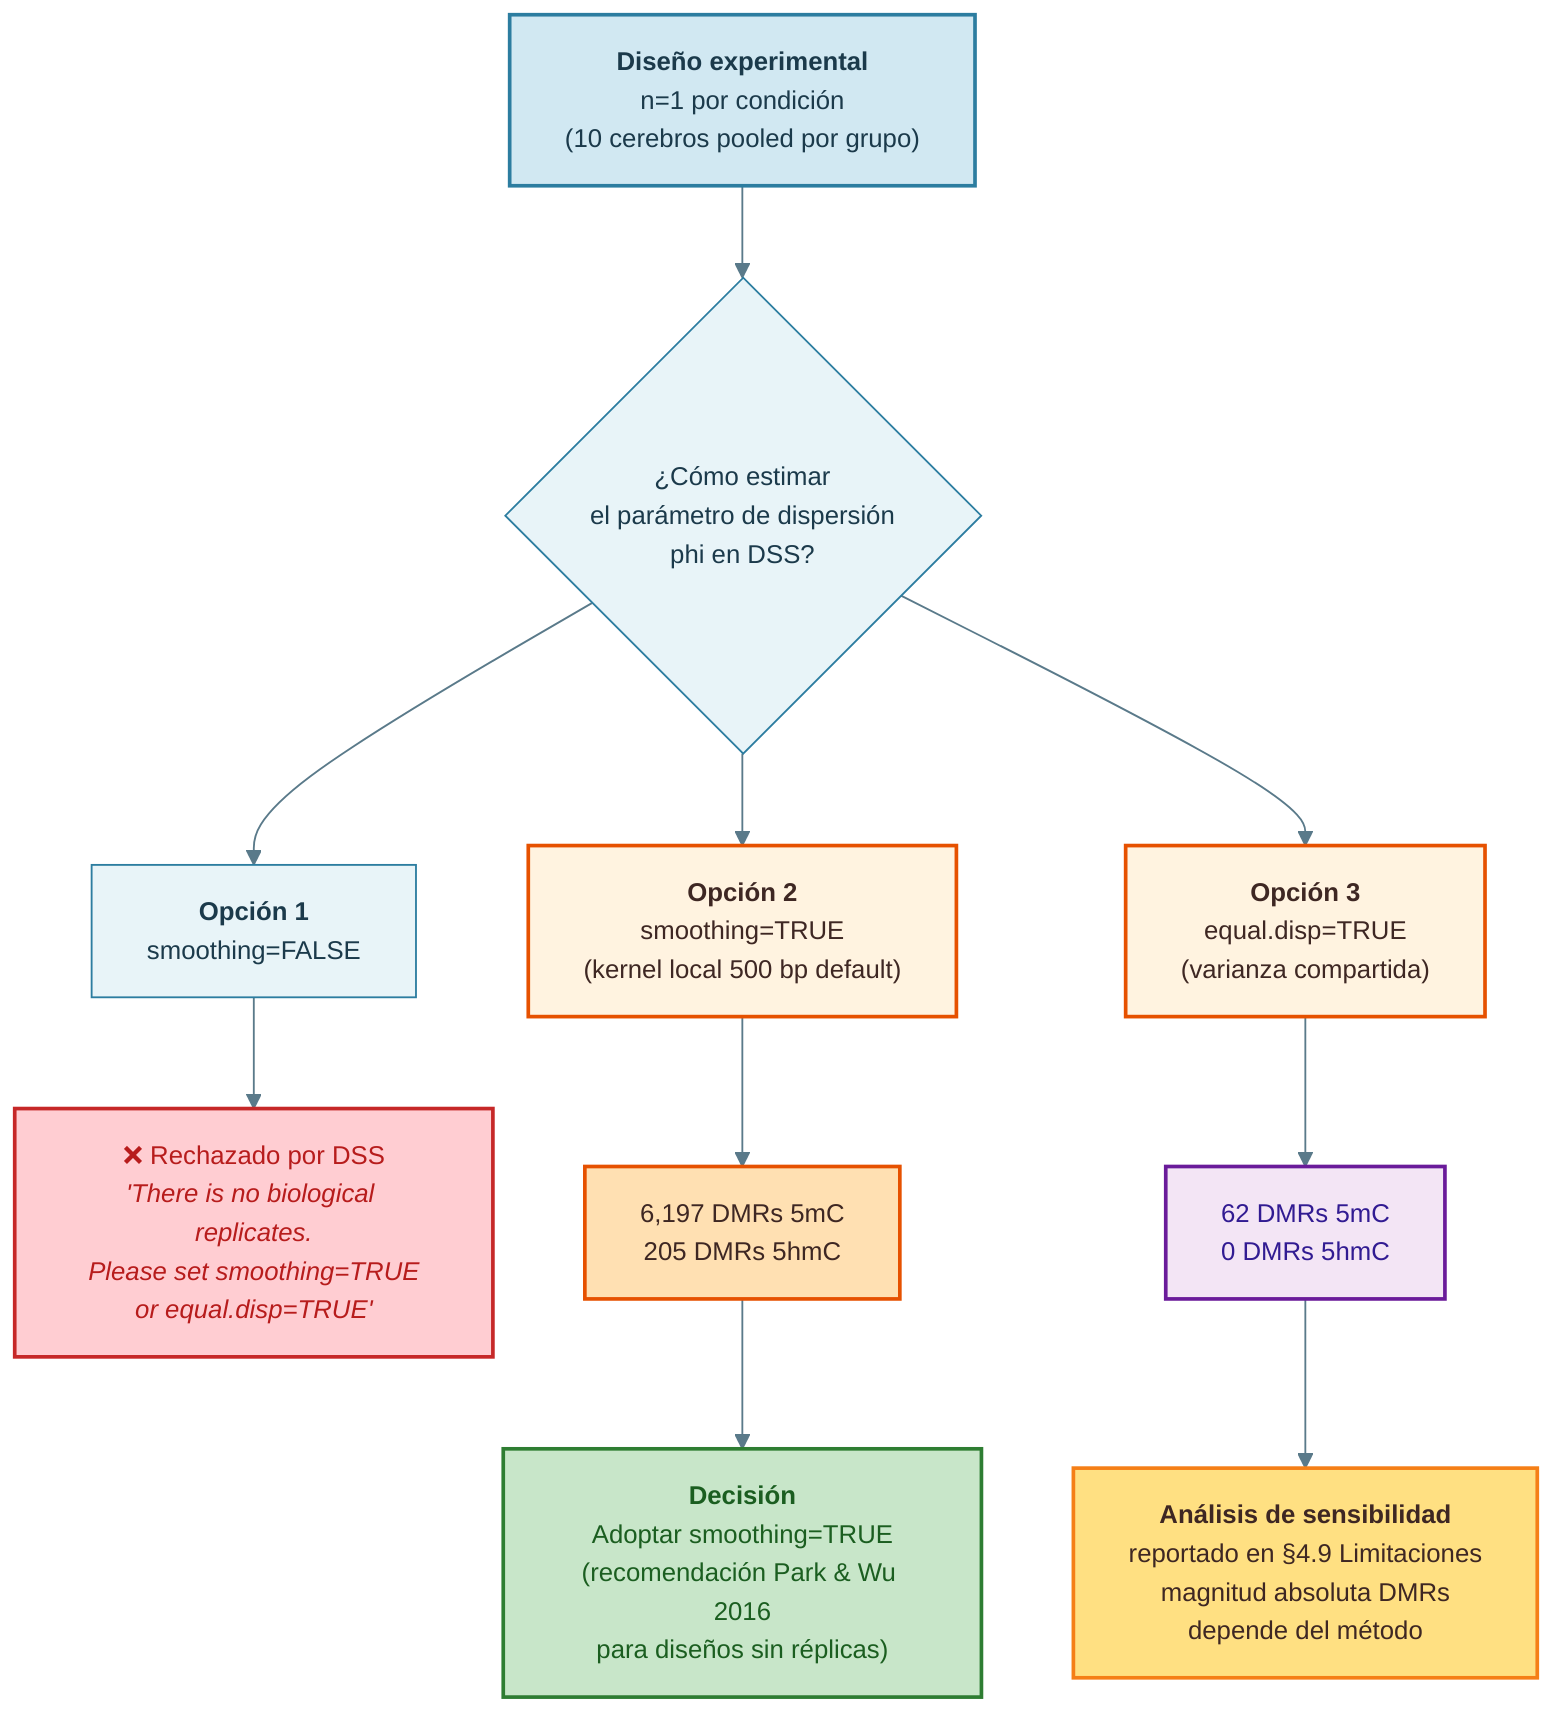
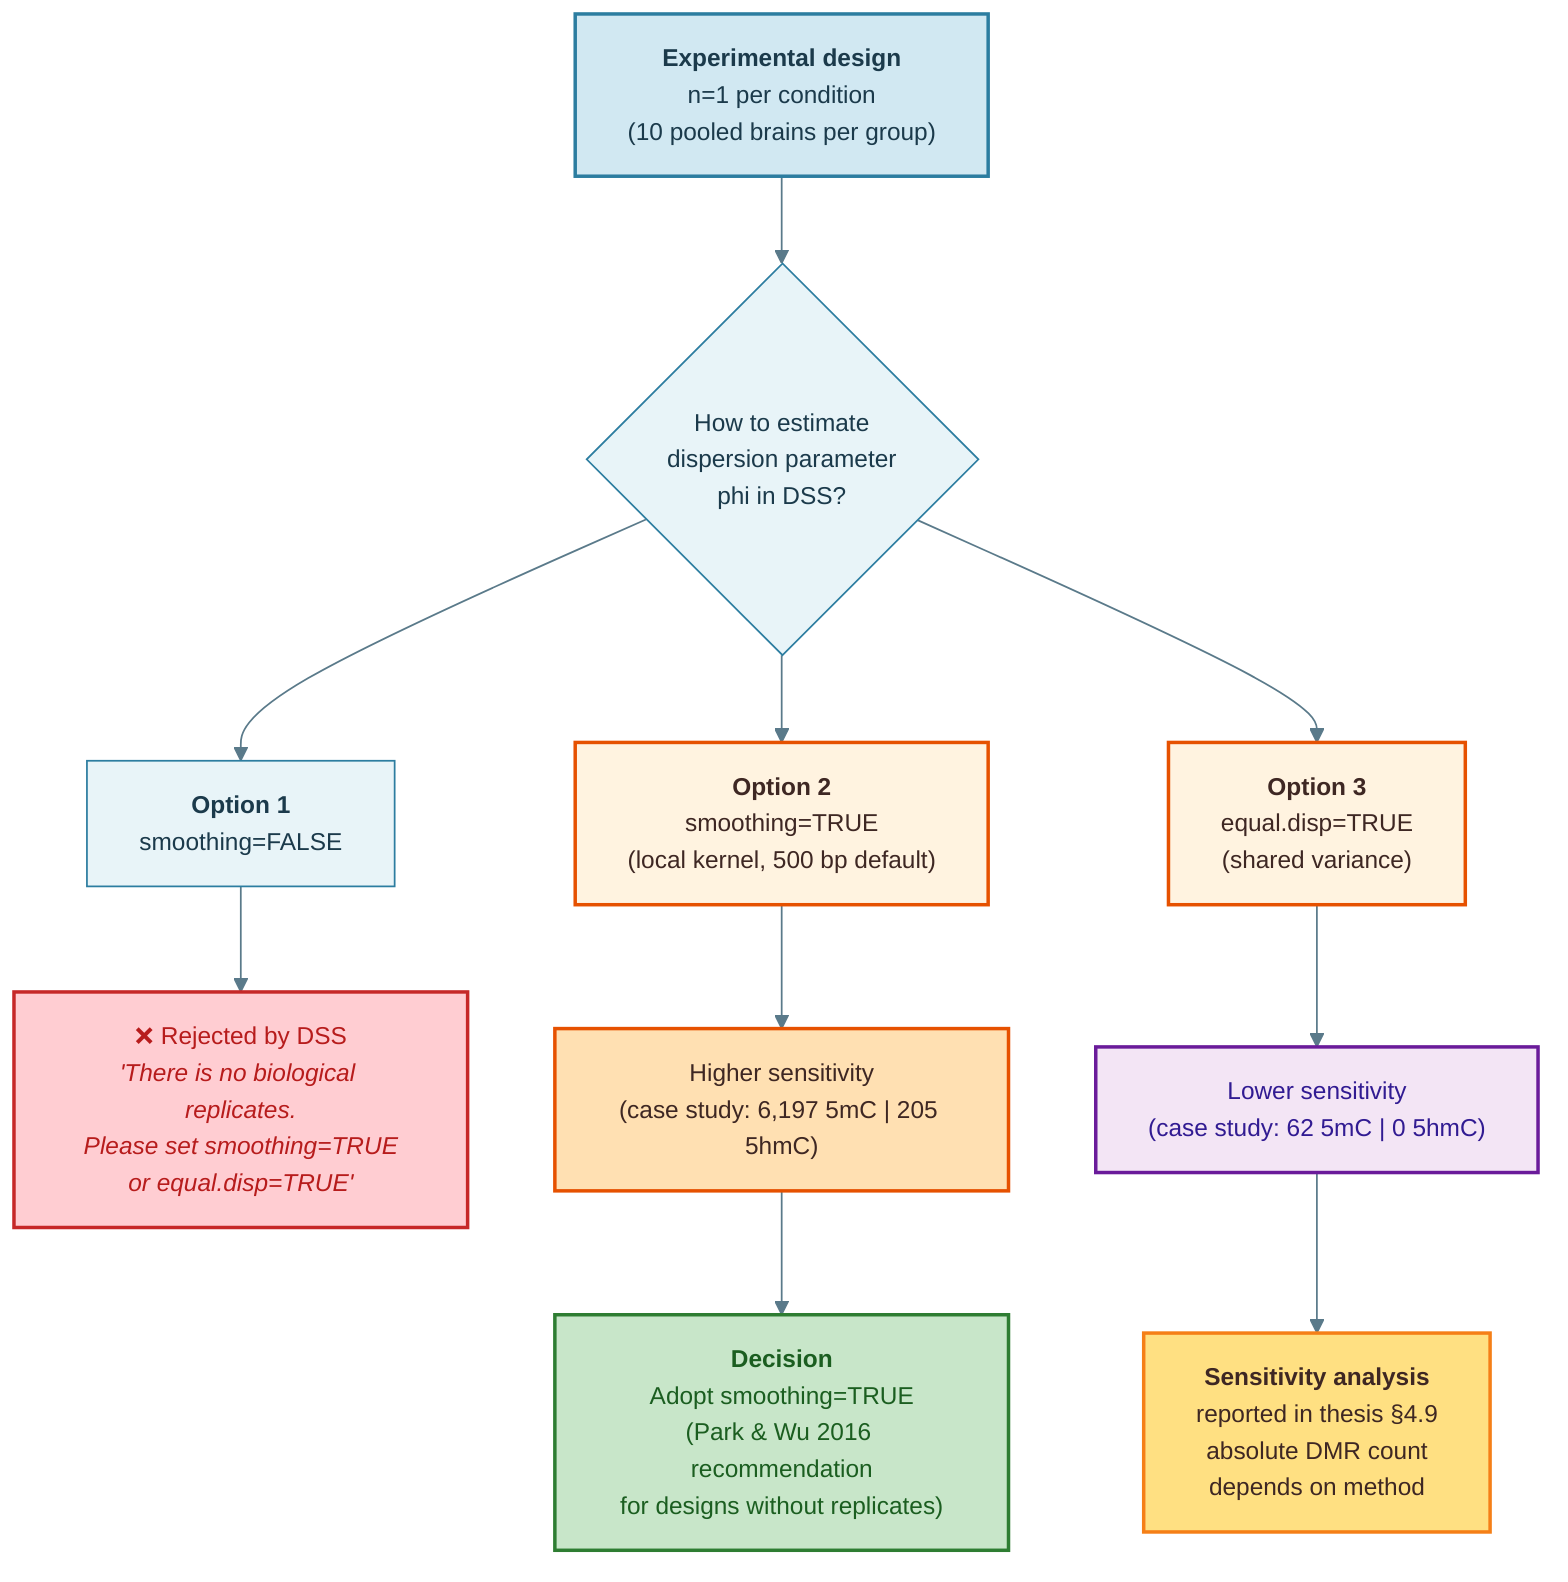
---
config:
  theme: base
  themeVariables:
    primaryColor: '#E8F4F8'
    primaryBorderColor: '#2C7DA0'
    primaryTextColor: '#1B3A4B'
    lineColor: '#5A7A8A'
    fontSize: 14px
---
flowchart TD
-     A["<b>Diseño experimental</b><br/>n=1 por condición<br/>(10 cerebros pooled por grupo)"]:::input
-     A --> B{"¿Cómo estimar<br/>el parámetro de dispersión<br/>phi en DSS?"}
+     A["<b>Experimental design</b><br/>n=1 per condition<br/>(10 pooled brains per group)"]:::input
+     A --> B{"How to estimate<br/>dispersion parameter<br/>phi in DSS?"}

-     B --> C["<b>Opción 1</b><br/>smoothing=FALSE"]
-     C --> C2["❌ Rechazado por DSS<br/><i>'There is no biological replicates.<br/>Please set smoothing=TRUE<br/>or equal.disp=TRUE'</i>"]:::rejected
+     B --> C["<b>Option 1</b><br/>smoothing=FALSE"]
+     C --> C2["❌ Rejected by DSS<br/><i>'There is no biological replicates.<br/>Please set smoothing=TRUE<br/>or equal.disp=TRUE'</i>"]:::rejected

-     B --> D["<b>Opción 2</b><br/>smoothing=TRUE<br/>(kernel local 500 bp default)"]:::process
-     D --> D2["6,197 DMRs 5mC<br/>205 DMRs 5hmC"]:::result
+     B --> D["<b>Option 2</b><br/>smoothing=TRUE<br/>(local kernel, 500 bp default)"]:::process
+     D --> D2["Higher sensitivity<br/>(case study: 6,197 5mC | 205 5hmC)"]:::result

-     B --> E["<b>Opción 3</b><br/>equal.disp=TRUE<br/>(varianza compartida)"]:::process
-     E --> E2["62 DMRs 5mC<br/>0 DMRs 5hmC"]:::sensitivity
+     B --> E["<b>Option 3</b><br/>equal.disp=TRUE<br/>(shared variance)"]:::process
+     E --> E2["Lower sensitivity<br/>(case study: 62 5mC | 0 5hmC)"]:::sensitivity

-     D2 --> F["<b>Decisión</b><br/>Adoptar smoothing=TRUE<br/>(recomendación Park &amp; Wu 2016<br/>para diseños sin réplicas)"]:::output
-     E2 --> G["<b>Análisis de sensibilidad</b><br/>reportado en §4.9 Limitaciones<br/>magnitud absoluta DMRs<br/>depende del método"]:::warning
+     D2 --> F["<b>Decision</b><br/>Adopt smoothing=TRUE<br/>(Park &amp; Wu 2016 recommendation<br/>for designs without replicates)"]:::output
+     E2 --> G["<b>Sensitivity analysis</b><br/>reported in thesis §4.9<br/>absolute DMR count<br/>depends on method"]:::warning

    classDef input fill:#D1E8F2,stroke:#2C7DA0,stroke-width:2px,color:#1B3A4B
    classDef process fill:#FFF3E0,stroke:#E65100,stroke-width:2px,color:#3E2723
    classDef result fill:#FFE0B2,stroke:#E65100,stroke-width:2px,color:#3E2723
    classDef sensitivity fill:#F3E5F5,stroke:#6A1B9A,stroke-width:2px,color:#311B92
    classDef rejected fill:#FFCDD2,stroke:#C62828,stroke-width:2px,color:#B71C1C
    classDef warning fill:#FFE082,stroke:#F57F17,stroke-width:2px,color:#3E2723
    classDef output fill:#C8E6C9,stroke:#2E7D32,stroke-width:2px,color:#1B5E20
